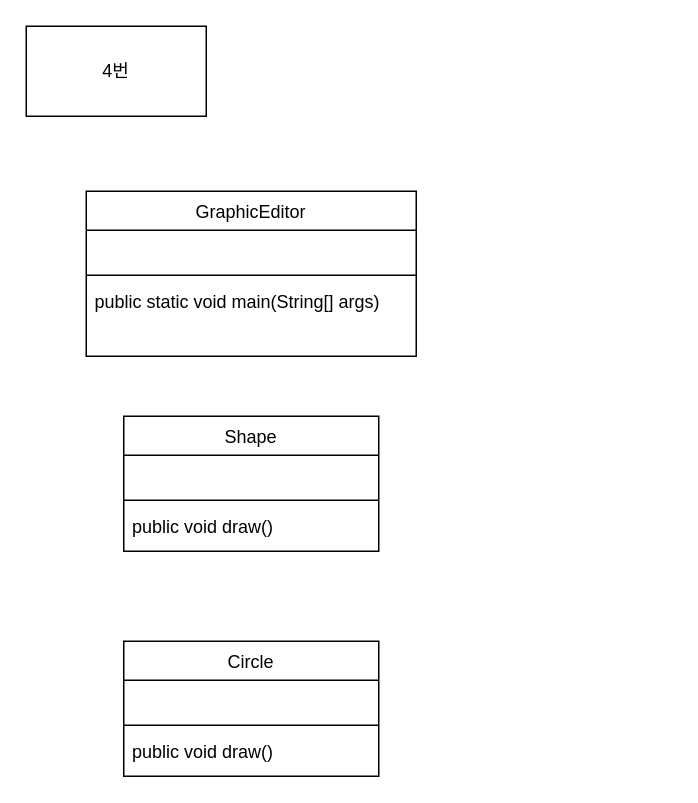
The draw.io diagram 6장 과제.drawio in skatld123/NSH, before the edit. Source tidied: cells renumbered, new cells numbered last; positions are measured from the earlier drawing's top-left corner, leaving out a move shared by most shapes. Both pictures are drawn from the tidied source at 150%, with x=0, y=0 at pixel (26, 26).
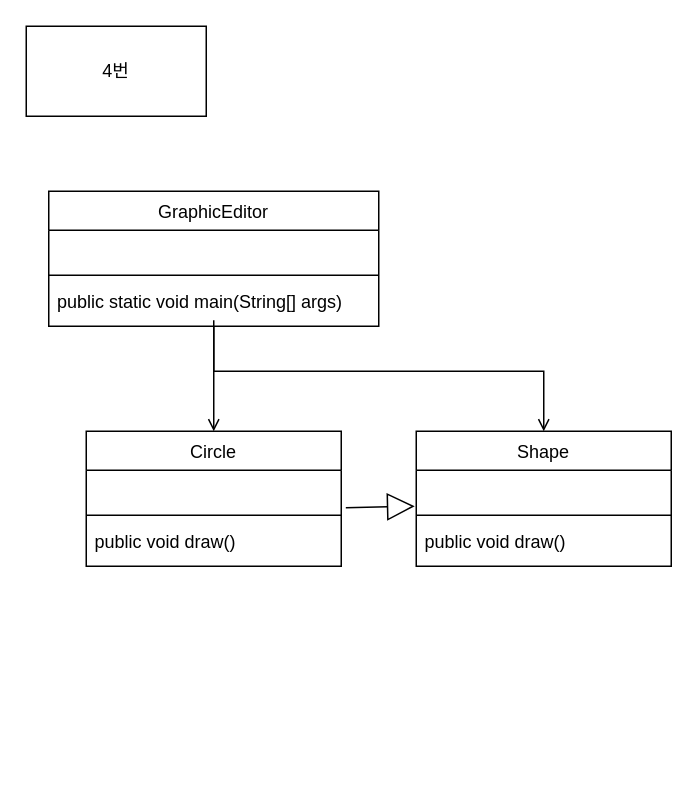
The same page after the edit.

Commit message (it also covers changes not shown here):
6장 과제.drawio 업데이트

Change to the diagram source:
```diff
@@
 <mxGraphModel>
   <root>
     <mxCell id="0" />
     <mxCell id="1" parent="0" />
+    <mxCell id="15" style="edgeStyle=orthogonalEdgeStyle;rounded=0;jettySize=auto;html=1;entryX=0.5;entryY=0;entryDx=0;entryDy=0;endArrow=open;endFill=0;" parent="1" edge="1" source="2" target="10">
+      <mxGeometry relative="1" as="geometry" />
+    </mxCell>
     <mxCell id="2" value="GraphicEditor" style="swimlane;fontStyle=0;align=center;verticalAlign=top;horizontal=1;startSize=26;rounded=0;shadow=0;strokeWidth=1;" parent="1" vertex="1">
-      <mxGeometry x="40" y="110" width="220" height="110" as="geometry" />
+      <mxGeometry x="15" y="110" width="220" height="90" as="geometry" />
     </mxCell>
     <mxCell id="3" value=" " style="text;align=left;verticalAlign=top;spacingLeft=4;spacingRight=4;overflow=hidden;" parent="2" vertex="1">
       <mxGeometry y="26" width="220" height="26" as="geometry" />
     </mxCell>
     <mxCell id="4" style="line;html=1;strokeWidth=1;align=left;verticalAlign=middle;spacingTop=-1;spacingLeft=3;spacingRight=3;labelPosition=right;" parent="2" vertex="1">
       <mxGeometry y="52" width="220" height="8" as="geometry" />
     </mxCell>
     <mxCell id="5" value="public static void main(String[] args)" style="text;align=left;verticalAlign=top;spacingLeft=4;spacingRight=4;overflow=hidden;points=[[0,0.5],[1,0.5]];portConstraint=eastwest;" parent="2" vertex="1">
       <mxGeometry y="60" width="220" height="26" as="geometry" />
     </mxCell>
     <mxCell id="6" value="Shape" style="swimlane;fontStyle=0;align=center;verticalAlign=top;horizontal=1;startSize=26;rounded=0;shadow=0;strokeWidth=1;" parent="1" vertex="1">
-      <mxGeometry x="65" y="260" width="170" height="90" as="geometry" />
+      <mxGeometry x="260" y="270" width="170" height="90" as="geometry" />
     </mxCell>
     <mxCell id="7" value=" " style="text;align=left;verticalAlign=top;spacingLeft=4;spacingRight=4;overflow=hidden;points=[[0,0.5],[1,0.5]];portConstraint=eastwest;" parent="6" vertex="1">
       <mxGeometry y="26" width="170" height="26" as="geometry" />
     </mxCell>
     <mxCell id="8" style="line;html=1;strokeWidth=1;align=left;verticalAlign=middle;spacingTop=-1;spacingLeft=3;spacingRight=3;labelPosition=right;" parent="6" vertex="1">
       <mxGeometry y="52" width="170" height="8" as="geometry" />
     </mxCell>
     <mxCell id="9" value="public void draw()" style="text;align=left;verticalAlign=top;spacingLeft=4;spacingRight=4;overflow=hidden;" parent="6" vertex="1">
       <mxGeometry y="60" width="170" height="26" as="geometry" />
     </mxCell>
     <mxCell id="10" value="Circle" style="swimlane;fontStyle=0;align=center;verticalAlign=top;horizontal=1;startSize=26;rounded=0;shadow=0;strokeWidth=1;" parent="1" vertex="1">
-      <mxGeometry x="65" y="410" width="170" height="90" as="geometry" />
+      <mxGeometry x="40" y="270" width="170" height="90" as="geometry" />
     </mxCell>
     <mxCell id="11" value=" " style="text;align=left;verticalAlign=top;spacingLeft=4;spacingRight=4;overflow=hidden;points=[[0,0.5],[1,0.5]];portConstraint=eastwest;" parent="10" vertex="1">
       <mxGeometry y="26" width="170" height="26" as="geometry" />
     </mxCell>
     <mxCell id="12" style="line;html=1;strokeWidth=1;align=left;verticalAlign=middle;spacingTop=-1;spacingLeft=3;spacingRight=3;labelPosition=right;" parent="10" vertex="1">
       <mxGeometry y="52" width="170" height="8" as="geometry" />
     </mxCell>
     <mxCell id="13" value="public void draw()" style="text;align=left;verticalAlign=top;spacingLeft=4;spacingRight=4;overflow=hidden;" parent="10" vertex="1">
       <mxGeometry y="60" width="170" height="26" as="geometry" />
     </mxCell>
     <mxCell id="14" value="4번" style="rounded=0;whiteSpace=wrap;html=1;" parent="1" vertex="1">
       <mxGeometry width="120" height="60" as="geometry" />
     </mxCell>
+    <mxCell id="16" style="endArrow=block;endSize=16;endFill=0;html=1;exitX=1.018;exitY=0.962;exitDx=0;exitDy=0;entryX=-0.006;entryY=0.923;entryDx=0;entryDy=0;entryPerimeter=0;exitPerimeter=0;" parent="1" edge="1" source="11" target="7">
+      <mxGeometry relative="1" as="geometry" />
+    </mxCell>
+    <mxCell id="17" style="edgeStyle=orthogonalEdgeStyle;rounded=0;jettySize=auto;html=1;entryX=0.5;entryY=0;entryDx=0;entryDy=0;endArrow=open;endFill=0;" parent="1" edge="1" source="5" target="6">
+      <mxGeometry relative="1" as="geometry">
+        <Array as="points">
+          <mxPoint x="125" y="230" />
+          <mxPoint x="345" y="230" />
+        </Array>
+      </mxGeometry>
+    </mxCell>
   </root>
 </mxGraphModel>
```
